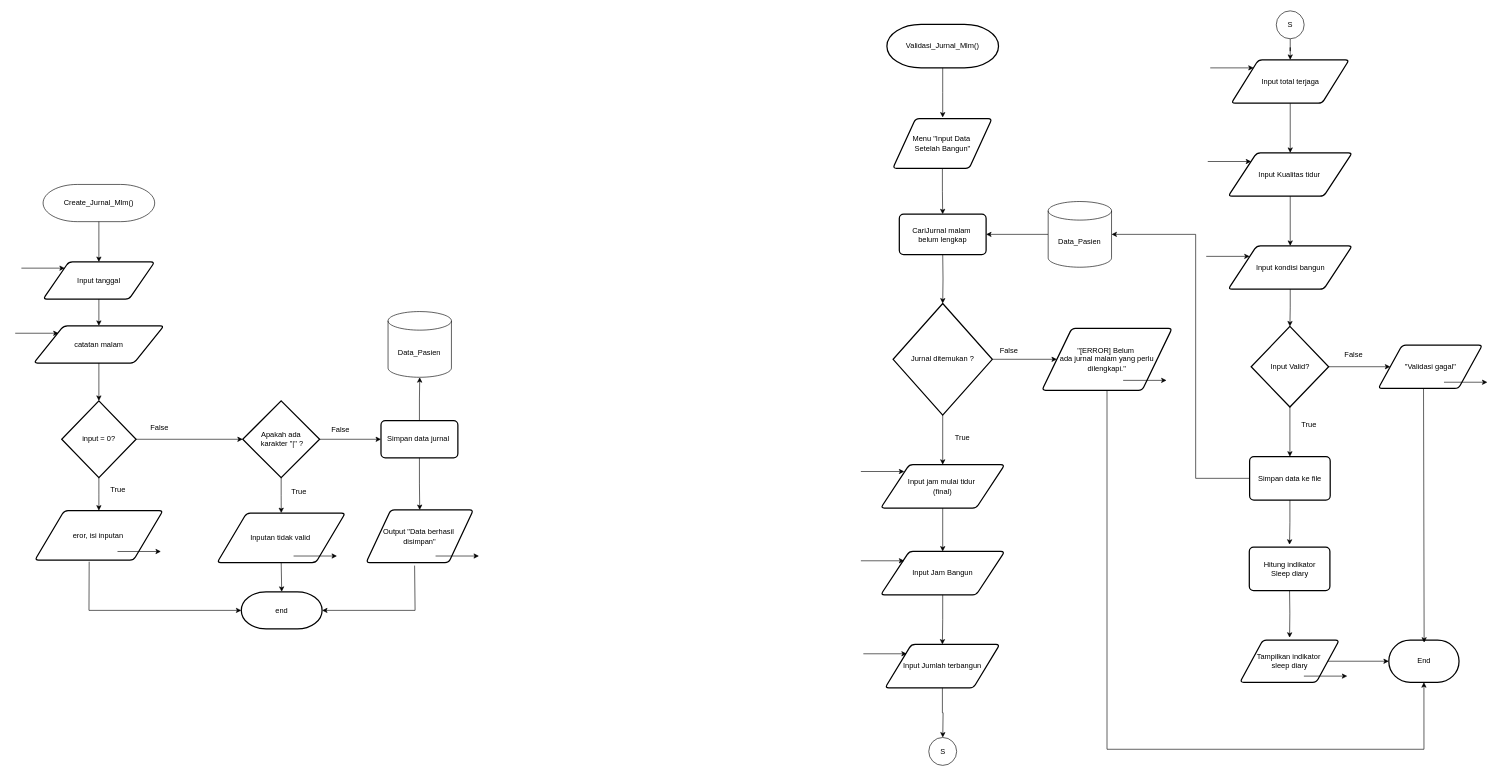
This is page "create-data-pasien" (5 of 16) of A2_Orang-OrangInsom_PerancanganAplikasiMonitoringdanJournalingTidurMenggunakanInstrumenSleepDiaryberdasarkanAASMBerbasisC++_Flowchart.drawio from mouriiuu/pa-aplikasi-sleep-monitoring, a draw.io file, before an edit. Source tidied: cells renumbered, new cells numbered last; positions are measured from the earlier drawing's top-left corner, leaving out a move shared by most shapes. Both pictures are drawn from the tidied source at 62%, with x=0, y=0 at pixel (15, 11).
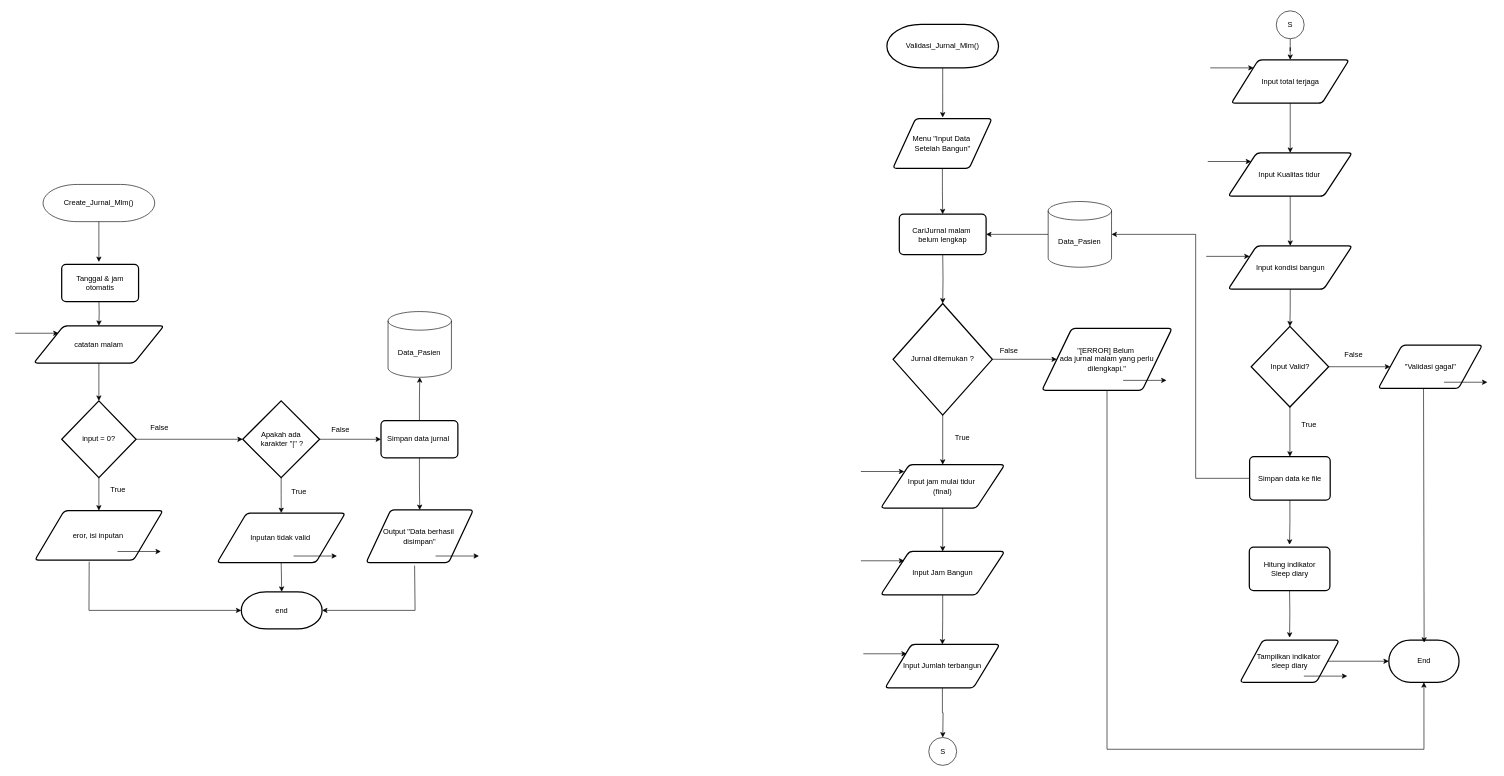
The same diagram, later.

The change refers to these unchanged cells:
```xml
<mxCell id="2" value="Create_Jurnal_Mlm()" style="shape=mxgraph.flowchart.terminator;whiteSpace=wrap;html=1;labelBackgroundColor=none;" parent="1" vertex="1">
  <mxGeometry x="45" y="280" width="180" height="60" as="geometry" />
</mxCell>
<mxCell id="5" value="catatan malam" style="shape=parallelogram;html=1;strokeWidth=2;perimeter=parallelogramPerimeter;whiteSpace=wrap;rounded=1;arcSize=12;size=0.23;labelBackgroundColor=none;" parent="1" vertex="1">
  <mxGeometry x="30" y="508" width="210" height="60" as="geometry" />
</mxCell>
```

What changed in the source:
```diff
@@
-    <mxCell id="3" value="Input tanggal" style="shape=parallelogram;html=1;strokeWidth=2;perimeter=parallelogramPerimeter;whiteSpace=wrap;rounded=1;arcSize=12;size=0.23;labelBackgroundColor=none;" parent="1" vertex="1">
-      <mxGeometry x="45" y="405" width="180" height="60" as="geometry" />
-    </mxCell>
-    <mxCell id="4" style="edgeStyle=orthogonalEdgeStyle;rounded=0;jettySize=auto;html=1;labelBackgroundColor=none;fontColor=default;" parent="1" edge="1" source="2" target="3">
-      <mxGeometry relative="1" as="geometry" />
+    <mxCell id="4" style="edgeStyle=orthogonalEdgeStyle;rounded=0;jettySize=auto;html=1;labelBackgroundColor=none;fontColor=default;" parent="1" edge="1" source="2">
+      <mxGeometry relative="1" as="geometry">
+        <mxPoint x="135" y="405" as="targetPoint" />
+      </mxGeometry>
     </mxCell>
@@
-    <mxCell id="6" style="edgeStyle=orthogonalEdgeStyle;rounded=0;jettySize=auto;html=1;labelBackgroundColor=none;fontColor=default;" parent="1" edge="1" source="3" target="5">
-      <mxGeometry relative="1" as="geometry" />
+    <mxCell id="6" style="edgeStyle=orthogonalEdgeStyle;rounded=0;jettySize=auto;html=1;labelBackgroundColor=none;fontColor=default;" parent="1" edge="1" target="5">
+      <mxGeometry relative="1" as="geometry">
+        <mxPoint x="135" y="465" as="sourcePoint" />
+      </mxGeometry>
     </mxCell>
@@
-    <mxCell id="46" style="edgeStyle=orthogonalEdgeStyle;rounded=0;orthogonalLoop=1;jettySize=auto;html=1;entryX=0.136;entryY=0.361;entryDx=0;entryDy=0;entryPerimeter=0;" parent="1" edge="1">
-      <mxGeometry relative="1" as="geometry">
-        <mxPoint x="10" y="415" as="sourcePoint" />
-        <mxPoint x="80" y="415" as="targetPoint" />
-      </mxGeometry>
-    </mxCell>
@@
+    <mxCell id="88" value="Tanggal &amp;amp; jam otomatis" style="rounded=1;whiteSpace=wrap;html=1;absoluteArcSize=1;arcSize=14;strokeWidth=2;" parent="1" vertex="1">
+      <mxGeometry x="75" y="409" width="124" height="60" as="geometry" />
+    </mxCell>
```
